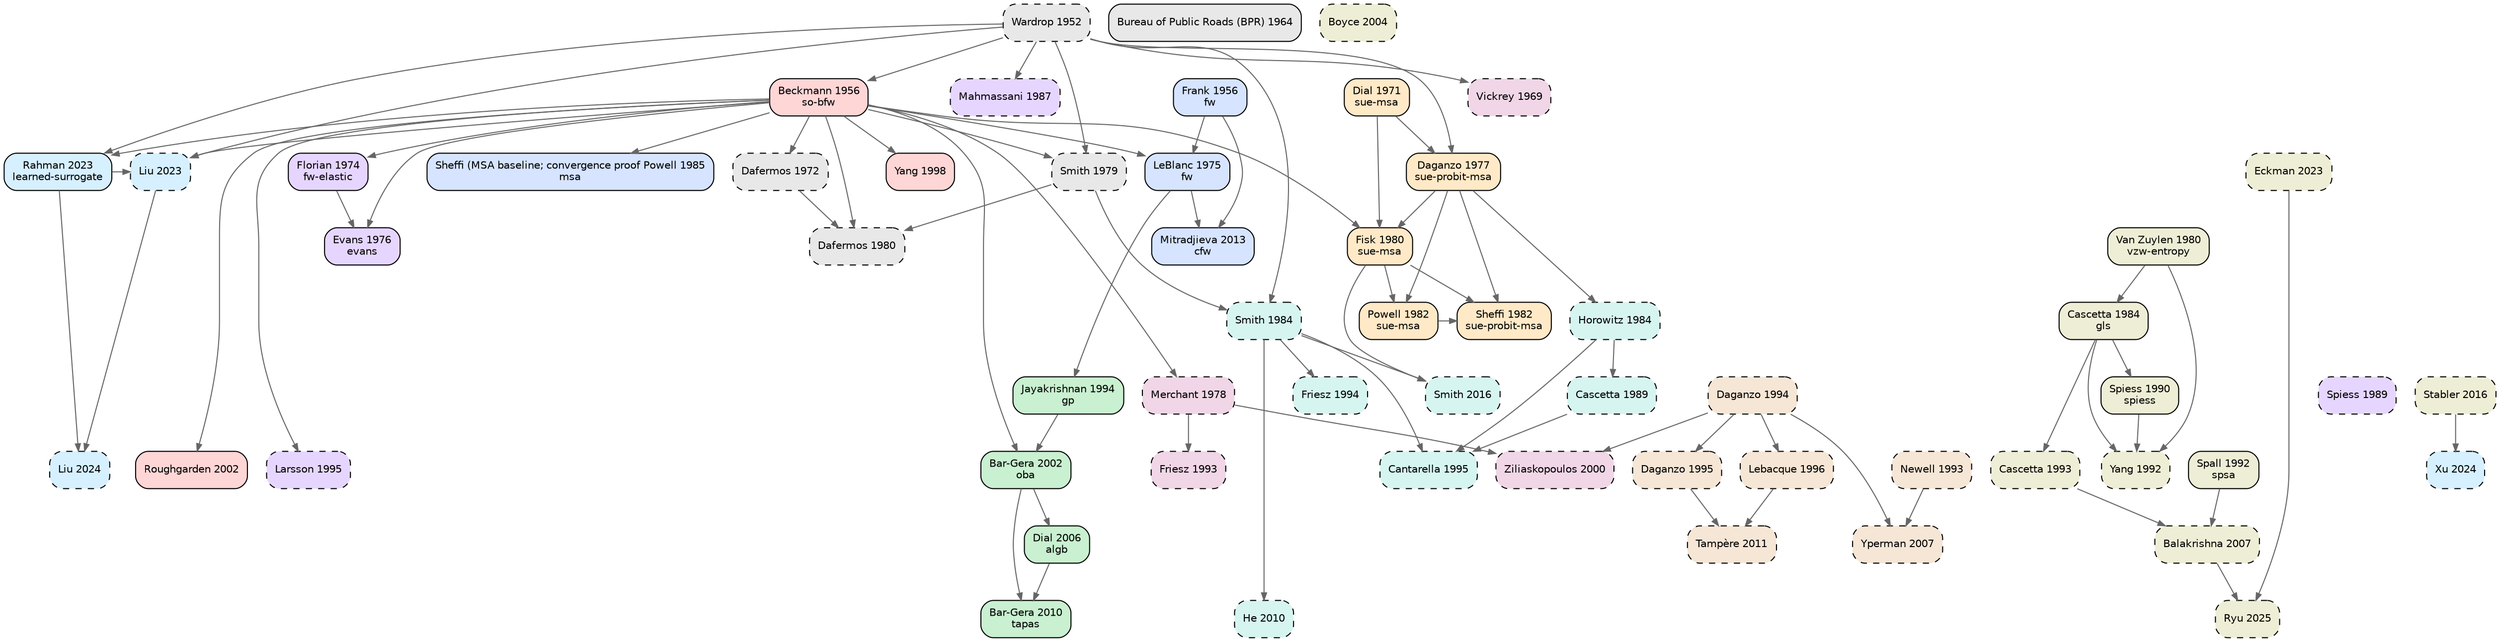
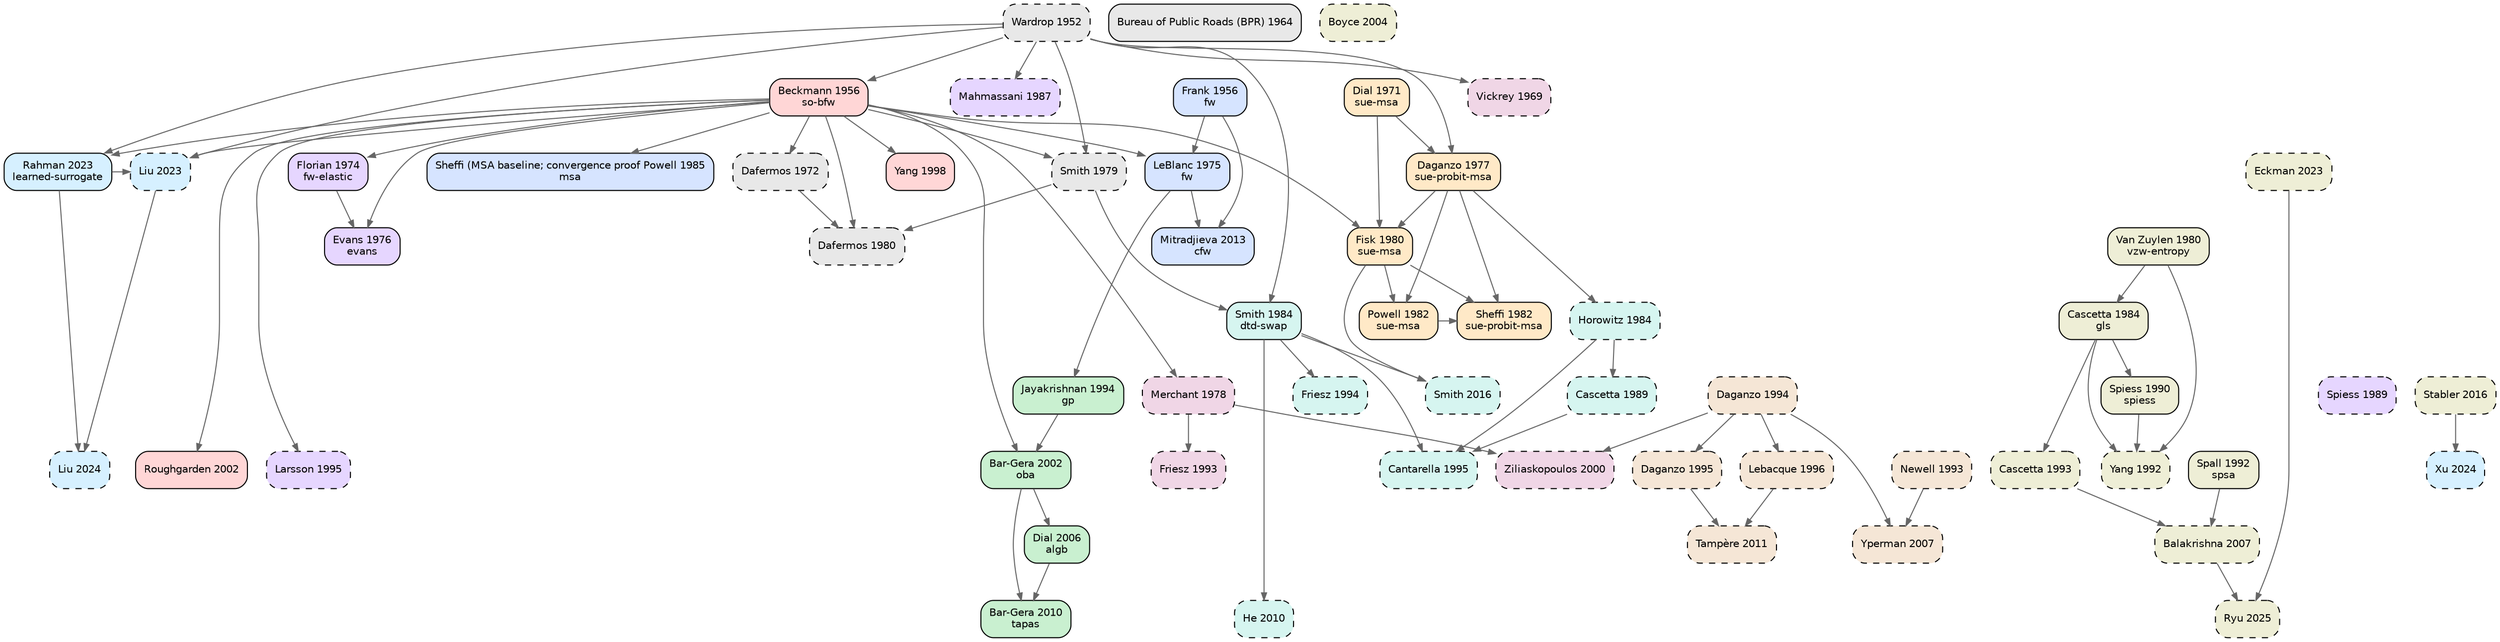
digraph TA_evolution {
  rankdir=TB; node [shape=box,style="rounded,filled",fontname="Helvetica",fontsize=10];
  edge [color="#666666",arrowsize=0.7];
  { rank=same; "wardrop1952some" }
  { rank=same; "frank1956algorithm" "beckmann1956studies" }
  { rank=same; "bpr1964traffic" }
  { rank=same; "vickrey1969congestion" }
  { rank=same; "dial1971probabilistic" }
  { rank=same; "dafermos1972traffic" }
  { rank=same; "florian1974method" }
  { rank=same; "leblanc1975efficient" }
  { rank=same; "evans1976derivation" }
  { rank=same; "daganzo1977stochastic" }
  { rank=same; "merchant1978model" }
  { rank=same; "smith1979existence" }
  { rank=same; "dafermos1980traffic" "fisk1980some" "vanzuylen1980most" }
  { rank=same; "powell1982convergence" "sheffi1982algorithm" }
  { rank=same; "horowitz1984stability" "smith1984stability" "cascetta1984estimation" }
  { rank=same; "sheffi1985urban" }
  { rank=same; "mahmassani1987on" }
  { rank=same; "spiess1989optimal" "cascetta1989stochastic" }
  { rank=same; "spiess1990gradient" }
  { rank=same; "spall1992multivariate" "yang1992estimation" }
  { rank=same; "newell1993simplified" "friesz1993variational" "cascetta1993dynamic" }
  { rank=same; "jayakrishnan1994faster" "friesz1994daytoday" "daganzo1994cell" }
  { rank=same; "larsson1995augmented" "cantarella1995dynamic" "daganzo1995cell" }
  { rank=same; "lebacque1996godunov" }
  { rank=same; "yang1998principle" }
  { rank=same; "ziliaskopoulos2000linear" }
  { rank=same; "bargera2002origin" "roughgarden2002how" }
  { rank=same; "boyce2004convergence" }
  { rank=same; "dial2006path" }
  { rank=same; "yperman2007link" "balakrishna2007offline" }
  { rank=same; "bargera2010traffic" "he2010linkbased" }
  { rank=same; "tampere2011generic" }
  { rank=same; "mitradjieva2013stiff" }
  { rank=same; "smith2016routeswapping" "stabler2016transportation" }
  { rank=same; "liu2023end" "rahman2023data" "eckman2023simopt" }
  { rank=same; "liu2024end" "xu2024unified" }
  { rank=same; "ryu2025bo4mob" }
  "wardrop1952some" [label="Wardrop 1952\n",fillcolor="#e8e8e8",style="rounded,filled,dashed"];
  "bpr1964traffic" [label="Bureau of Public Roads (BPR) 1964\n",fillcolor="#e8e8e8",style="rounded,filled"];
  "dafermos1972traffic" [label="Dafermos 1972\n",fillcolor="#e8e8e8",style="rounded,filled,dashed"];
  "smith1979existence" [label="Smith 1979\n",fillcolor="#e8e8e8",style="rounded,filled,dashed"];
  "dafermos1980traffic" [label="Dafermos 1980\n",fillcolor="#e8e8e8",style="rounded,filled,dashed"];
  "frank1956algorithm" [label="Frank 1956\nfw",fillcolor="#d6e4ff",style="rounded,filled"];
  "leblanc1975efficient" [label="LeBlanc 1975\nfw",fillcolor="#d6e4ff",style="rounded,filled"];
  "sheffi1985urban" [label="Sheffi (MSA baseline; convergence proof Powell 1985\nmsa",fillcolor="#d6e4ff",style="rounded,filled"];
  "mitradjieva2013stiff" [label="Mitradjieva 2013\ncfw",fillcolor="#d6e4ff",style="rounded,filled"];
  "jayakrishnan1994faster" [label="Jayakrishnan 1994\ngp",fillcolor="#c9f0d0",style="rounded,filled"];
  "bargera2002origin" [label="Bar-Gera 2002\noba",fillcolor="#c9f0d0",style="rounded,filled"];
  "dial2006path" [label="Dial 2006\nalgb",fillcolor="#c9f0d0",style="rounded,filled"];
  "bargera2010traffic" [label="Bar-Gera 2010\ntapas",fillcolor="#c9f0d0",style="rounded,filled"];
  "dial1971probabilistic" [label="Dial 1971\nsue-msa",fillcolor="#ffe9c7",style="rounded,filled"];
  "daganzo1977stochastic" [label="Daganzo 1977\nsue-probit-msa",fillcolor="#ffe9c7",style="rounded,filled"];
  "fisk1980some" [label="Fisk 1980\nsue-msa",fillcolor="#ffe9c7",style="rounded,filled"];
  "powell1982convergence" [label="Powell 1982\nsue-msa",fillcolor="#ffe9c7",style="rounded,filled"];
  "sheffi1982algorithm" [label="Sheffi 1982\nsue-probit-msa",fillcolor="#ffe9c7",style="rounded,filled"];
  "beckmann1956studies" [label="Beckmann 1956\nso-bfw",fillcolor="#ffd6d6",style="rounded,filled"];
  "yang1998principle" [label="Yang 1998\n",fillcolor="#ffd6d6",style="rounded,filled"];
  "roughgarden2002how" [label="Roughgarden 2002\n",fillcolor="#ffd6d6",style="rounded,filled"];
  "florian1974method" [label="Florian 1974\nfw-elastic",fillcolor="#e6d6ff",style="rounded,filled"];
  "evans1976derivation" [label="Evans 1976\nevans",fillcolor="#e6d6ff",style="rounded,filled"];
  "mahmassani1987on" [label="Mahmassani 1987\n",fillcolor="#e6d6ff",style="rounded,filled,dashed"];
  "spiess1989optimal" [label="Spiess 1989\n",fillcolor="#e6d6ff",style="rounded,filled,dashed"];
  "larsson1995augmented" [label="Larsson 1995\n",fillcolor="#e6d6ff",style="rounded,filled,dashed"];
  "horowitz1984stability" [label="Horowitz 1984\n",fillcolor="#d6f5f0",style="rounded,filled,dashed"];
-   "smith1984stability" [label="Smith 1984\n",fillcolor="#d6f5f0",style="rounded,filled,dashed"];
+   "smith1984stability" [label="Smith 1984\ndtd-swap",fillcolor="#d6f5f0",style="rounded,filled"];
  "cascetta1989stochastic" [label="Cascetta 1989\n",fillcolor="#d6f5f0",style="rounded,filled,dashed"];
  "friesz1994daytoday" [label="Friesz 1994\n",fillcolor="#d6f5f0",style="rounded,filled,dashed"];
  "cantarella1995dynamic" [label="Cantarella 1995\n",fillcolor="#d6f5f0",style="rounded,filled,dashed"];
  "he2010linkbased" [label="He 2010\n",fillcolor="#d6f5f0",style="rounded,filled,dashed"];
  "smith2016routeswapping" [label="Smith 2016\n",fillcolor="#d6f5f0",style="rounded,filled,dashed"];
  "newell1993simplified" [label="Newell 1993\n",fillcolor="#f5e6d6",style="rounded,filled,dashed"];
  "daganzo1994cell" [label="Daganzo 1994\n",fillcolor="#f5e6d6",style="rounded,filled,dashed"];
  "daganzo1995cell" [label="Daganzo 1995\n",fillcolor="#f5e6d6",style="rounded,filled,dashed"];
  "lebacque1996godunov" [label="Lebacque 1996\n",fillcolor="#f5e6d6",style="rounded,filled,dashed"];
  "yperman2007link" [label="Yperman 2007\n",fillcolor="#f5e6d6",style="rounded,filled,dashed"];
  "tampere2011generic" [label="Tampère 2011\n",fillcolor="#f5e6d6",style="rounded,filled,dashed"];
  "vickrey1969congestion" [label="Vickrey 1969\n",fillcolor="#f0d6e6",style="rounded,filled,dashed"];
  "merchant1978model" [label="Merchant 1978\n",fillcolor="#f0d6e6",style="rounded,filled,dashed"];
  "friesz1993variational" [label="Friesz 1993\n",fillcolor="#f0d6e6",style="rounded,filled,dashed"];
  "ziliaskopoulos2000linear" [label="Ziliaskopoulos 2000\n",fillcolor="#f0d6e6",style="rounded,filled,dashed"];
  "liu2023end" [label="Liu 2023\n",fillcolor="#d6f0ff",style="rounded,filled,dashed"];
  "rahman2023data" [label="Rahman 2023\nlearned-surrogate",fillcolor="#d6f0ff",style="rounded,filled"];
  "liu2024end" [label="Liu 2024\n",fillcolor="#d6f0ff",style="rounded,filled,dashed"];
  "xu2024unified" [label="Xu 2024\n",fillcolor="#d6f0ff",style="rounded,filled,dashed"];
  "vanzuylen1980most" [label="Van Zuylen 1980\nvzw-entropy",fillcolor="#eeeed6",style="rounded,filled"];
  "cascetta1984estimation" [label="Cascetta 1984\ngls",fillcolor="#eeeed6",style="rounded,filled"];
  "spiess1990gradient" [label="Spiess 1990\nspiess",fillcolor="#eeeed6",style="rounded,filled"];
  "spall1992multivariate" [label="Spall 1992\nspsa",fillcolor="#eeeed6",style="rounded,filled"];
  "yang1992estimation" [label="Yang 1992\n",fillcolor="#eeeed6",style="rounded,filled,dashed"];
  "cascetta1993dynamic" [label="Cascetta 1993\n",fillcolor="#eeeed6",style="rounded,filled,dashed"];
  "boyce2004convergence" [label="Boyce 2004\n",fillcolor="#eeeed6",style="rounded,filled,dashed"];
  "balakrishna2007offline" [label="Balakrishna 2007\n",fillcolor="#eeeed6",style="rounded,filled,dashed"];
  "stabler2016transportation" [label="Stabler 2016\n",fillcolor="#eeeed6",style="rounded,filled,dashed"];
  "eckman2023simopt" [label="Eckman 2023\n",fillcolor="#eeeed6",style="rounded,filled,dashed"];
  "ryu2025bo4mob" [label="Ryu 2025\n",fillcolor="#eeeed6",style="rounded,filled,dashed"];
  "beckmann1956studies" -> "dafermos1972traffic";
  "wardrop1952some" -> "smith1979existence";
  "beckmann1956studies" -> "smith1979existence";
  "smith1979existence" -> "dafermos1980traffic";
  "beckmann1956studies" -> "dafermos1980traffic";
  "dafermos1972traffic" -> "dafermos1980traffic";
  "frank1956algorithm" -> "leblanc1975efficient";
  "beckmann1956studies" -> "leblanc1975efficient";
  "beckmann1956studies" -> "sheffi1985urban";
  "leblanc1975efficient" -> "mitradjieva2013stiff";
  "frank1956algorithm" -> "mitradjieva2013stiff";
  "leblanc1975efficient" -> "jayakrishnan1994faster";
  "jayakrishnan1994faster" -> "bargera2002origin";
  "beckmann1956studies" -> "bargera2002origin";
  "bargera2002origin" -> "dial2006path";
  "dial2006path" -> "bargera2010traffic";
  "bargera2002origin" -> "bargera2010traffic";
  "dial1971probabilistic" -> "daganzo1977stochastic";
  "wardrop1952some" -> "daganzo1977stochastic";
  "daganzo1977stochastic" -> "fisk1980some";
  "dial1971probabilistic" -> "fisk1980some";
  "beckmann1956studies" -> "fisk1980some";
  "fisk1980some" -> "powell1982convergence";
  "daganzo1977stochastic" -> "powell1982convergence";
  "daganzo1977stochastic" -> "sheffi1982algorithm";
  "powell1982convergence" -> "sheffi1982algorithm";
  "fisk1980some" -> "sheffi1982algorithm";
  "wardrop1952some" -> "beckmann1956studies";
  "beckmann1956studies" -> "yang1998principle";
  "beckmann1956studies" -> "roughgarden2002how";
  "beckmann1956studies" -> "florian1974method";
  "beckmann1956studies" -> "evans1976derivation";
  "florian1974method" -> "evans1976derivation";
  "wardrop1952some" -> "mahmassani1987on";
  "beckmann1956studies" -> "larsson1995augmented";
  "daganzo1977stochastic" -> "horowitz1984stability";
  "smith1979existence" -> "smith1984stability";
  "wardrop1952some" -> "smith1984stability";
  "horowitz1984stability" -> "cascetta1989stochastic";
  "smith1984stability" -> "friesz1994daytoday";
  "cascetta1989stochastic" -> "cantarella1995dynamic";
  "smith1984stability" -> "cantarella1995dynamic";
  "horowitz1984stability" -> "cantarella1995dynamic";
  "smith1984stability" -> "he2010linkbased";
  "smith1984stability" -> "smith2016routeswapping";
  "fisk1980some" -> "smith2016routeswapping";
  "daganzo1994cell" -> "daganzo1995cell";
  "daganzo1994cell" -> "lebacque1996godunov";
  "newell1993simplified" -> "yperman2007link";
  "daganzo1994cell" -> "yperman2007link";
  "daganzo1995cell" -> "tampere2011generic";
  "lebacque1996godunov" -> "tampere2011generic";
  "wardrop1952some" -> "vickrey1969congestion";
  "beckmann1956studies" -> "merchant1978model";
  "merchant1978model" -> "friesz1993variational";
  "merchant1978model" -> "ziliaskopoulos2000linear";
  "daganzo1994cell" -> "ziliaskopoulos2000linear";
  "rahman2023data" -> "liu2023end";
  "beckmann1956studies" -> "liu2023end";
  "wardrop1952some" -> "liu2023end";
  "wardrop1952some" -> "rahman2023data";
  "beckmann1956studies" -> "rahman2023data";
  "rahman2023data" -> "liu2024end";
  "liu2023end" -> "liu2024end";
  "stabler2016transportation" -> "xu2024unified";
  "vanzuylen1980most" -> "cascetta1984estimation";
  "cascetta1984estimation" -> "spiess1990gradient";
  "cascetta1984estimation" -> "yang1992estimation";
  "spiess1990gradient" -> "yang1992estimation";
  "vanzuylen1980most" -> "yang1992estimation";
  "cascetta1984estimation" -> "cascetta1993dynamic";
  "spall1992multivariate" -> "balakrishna2007offline";
  "cascetta1993dynamic" -> "balakrishna2007offline";
  "eckman2023simopt" -> "ryu2025bo4mob";
  "balakrishna2007offline" -> "ryu2025bo4mob";
}
